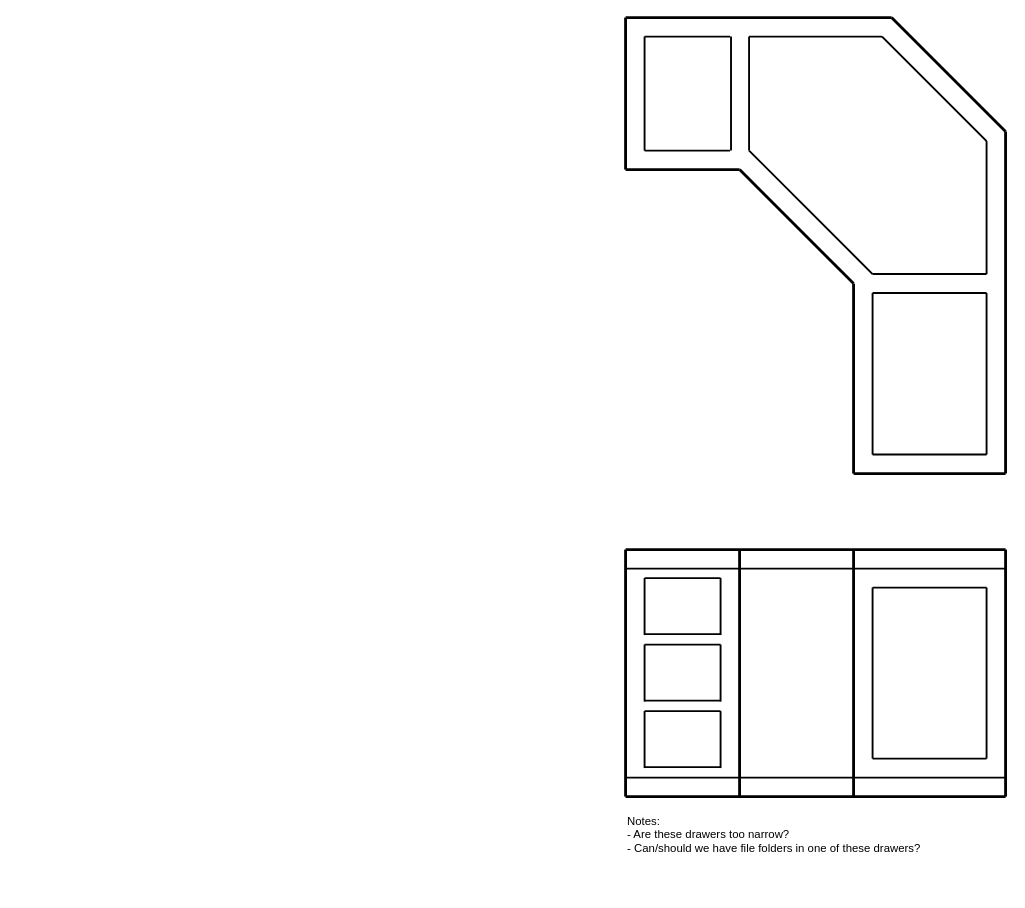
Above: desk.drawio in nthurow/draw-io (draw.io), before the change. Source tidied: cells renumbered, new cells numbered last; positions are measured from the earlier drawing's top-left corner, leaving out a move shared by most shapes. Both pictures are drawn from the tidied source at 95%, with x=0, y=0 at pixel (625, 17).
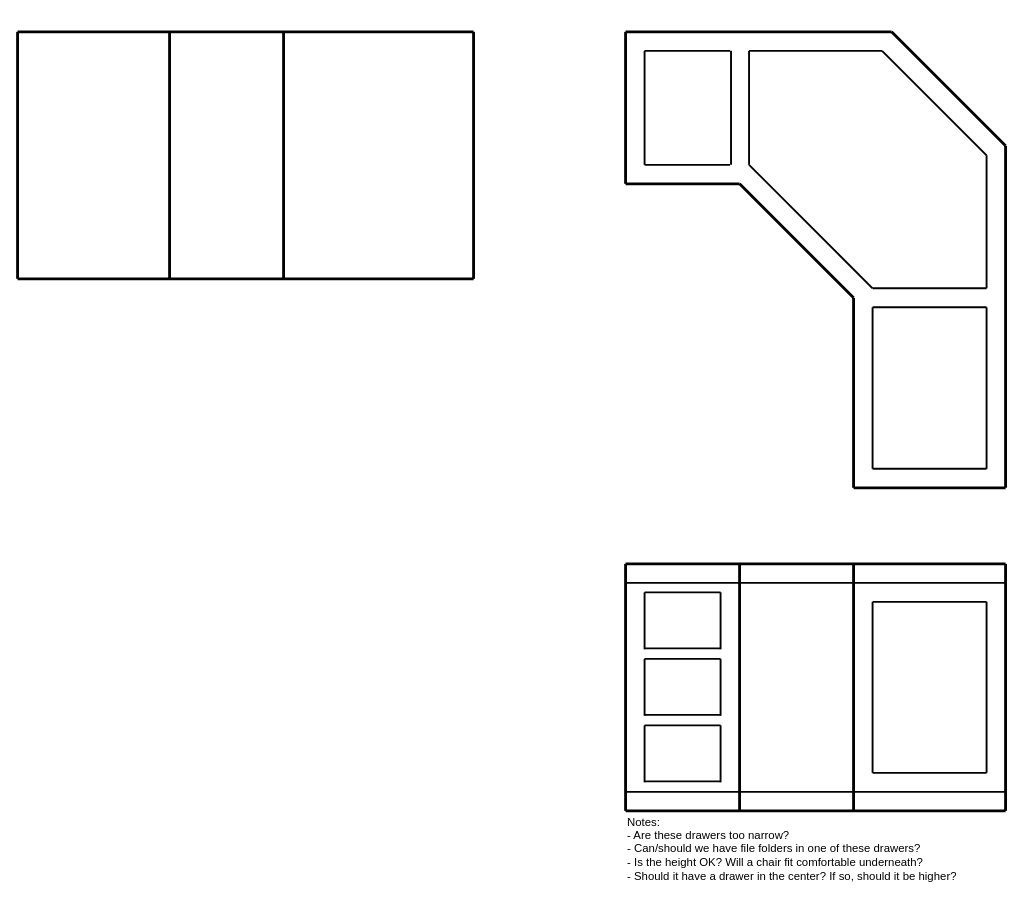
The same diagram, later.

The edit, as a diff of the source:
```diff
@@
     <mxCell id="2" style="endArrow=none;html=1;rounded=0;strokeWidth=3;" parent="1" edge="1">
       <mxGeometry relative="1" as="geometry">
-        <mxPoint as="sourcePoint" />
-        <mxPoint x="280" as="targetPoint" />
+        <mxPoint y="15" as="sourcePoint" />
+        <mxPoint x="280" y="15" as="targetPoint" />
       </mxGeometry>
     </mxCell>
     <mxCell id="3" style="endArrow=none;html=1;rounded=0;strokeWidth=3;" parent="1" edge="1">
       <mxGeometry relative="1" as="geometry">
-        <mxPoint x="400" y="120" as="sourcePoint" />
-        <mxPoint x="400" y="480" as="targetPoint" />
+        <mxPoint x="400" y="135" as="sourcePoint" />
+        <mxPoint x="400" y="495" as="targetPoint" />
       </mxGeometry>
     </mxCell>
     <mxCell id="4" style="endArrow=none;html=1;rounded=0;strokeWidth=3;" parent="1" edge="1">
       <mxGeometry relative="1" as="geometry">
-        <mxPoint x="280" as="sourcePoint" />
-        <mxPoint x="400" y="120" as="targetPoint" />
+        <mxPoint x="280" y="15" as="sourcePoint" />
+        <mxPoint x="400" y="135" as="targetPoint" />
       </mxGeometry>
     </mxCell>
     <mxCell id="5" style="endArrow=none;html=1;rounded=0;strokeWidth=3;" parent="1" edge="1">
       <mxGeometry relative="1" as="geometry">
-        <mxPoint y="160" as="sourcePoint" />
-        <mxPoint x="120" y="160" as="targetPoint" />
+        <mxPoint y="175" as="sourcePoint" />
+        <mxPoint x="120" y="175" as="targetPoint" />
       </mxGeometry>
     </mxCell>
     <mxCell id="6" style="endArrow=none;html=1;rounded=0;strokeWidth=3;" parent="1" edge="1">
       <mxGeometry relative="1" as="geometry">
-        <mxPoint x="240" y="280" as="sourcePoint" />
-        <mxPoint x="240" y="480" as="targetPoint" />
+        <mxPoint x="240" y="295" as="sourcePoint" />
+        <mxPoint x="240" y="495" as="targetPoint" />
       </mxGeometry>
     </mxCell>
     <mxCell id="7" style="endArrow=none;html=1;rounded=0;strokeWidth=3;" parent="1" edge="1">
       <mxGeometry relative="1" as="geometry">
-        <mxPoint x="240" y="280" as="sourcePoint" />
-        <mxPoint x="120" y="160" as="targetPoint" />
+        <mxPoint x="240" y="295" as="sourcePoint" />
+        <mxPoint x="120" y="175" as="targetPoint" />
       </mxGeometry>
     </mxCell>
     <mxCell id="8" style="endArrow=none;html=1;rounded=0;strokeWidth=3;" parent="1" edge="1">
       <mxGeometry relative="1" as="geometry">
-        <mxPoint y="160" as="sourcePoint" />
-        <mxPoint as="targetPoint" />
+        <mxPoint y="175" as="sourcePoint" />
+        <mxPoint y="15" as="targetPoint" />
       </mxGeometry>
     </mxCell>
     <mxCell id="9" style="endArrow=none;html=1;rounded=0;strokeWidth=3;" parent="1" edge="1">
       <mxGeometry relative="1" as="geometry">
-        <mxPoint x="240" y="480" as="sourcePoint" />
-        <mxPoint x="400" y="480" as="targetPoint" />
+        <mxPoint x="240" y="495" as="sourcePoint" />
+        <mxPoint x="400" y="495" as="targetPoint" />
       </mxGeometry>
     </mxCell>
     <mxCell id="10" style="endArrow=none;html=1;rounded=0;strokeWidth=2;" parent="1" edge="1">
       <mxGeometry relative="1" as="geometry">
-        <mxPoint x="111" y="140" as="sourcePoint" />
-        <mxPoint x="111" y="20" as="targetPoint" />
+        <mxPoint x="111" y="155" as="sourcePoint" />
+        <mxPoint x="111" y="35" as="targetPoint" />
       </mxGeometry>
     </mxCell>
     <mxCell id="11" style="endArrow=none;html=1;rounded=0;strokeWidth=2;" parent="1" edge="1">
       <mxGeometry relative="1" as="geometry">
-        <mxPoint x="20" y="20" as="sourcePoint" />
-        <mxPoint x="110" y="20" as="targetPoint" />
+        <mxPoint x="20" y="35" as="sourcePoint" />
+        <mxPoint x="110" y="35" as="targetPoint" />
       </mxGeometry>
     </mxCell>
     <mxCell id="12" style="endArrow=none;html=1;rounded=0;strokeWidth=2;" parent="1" edge="1">
       <mxGeometry relative="1" as="geometry">
-        <mxPoint x="20" y="140" as="sourcePoint" />
-        <mxPoint x="20" y="20" as="targetPoint" />
+        <mxPoint x="20" y="155" as="sourcePoint" />
+        <mxPoint x="20" y="35" as="targetPoint" />
       </mxGeometry>
     </mxCell>
     <mxCell id="13" style="endArrow=none;html=1;rounded=0;strokeWidth=2;" parent="1" edge="1">
       <mxGeometry relative="1" as="geometry">
-        <mxPoint x="20" y="140" as="sourcePoint" />
-        <mxPoint x="110" y="140" as="targetPoint" />
+        <mxPoint x="20" y="155" as="sourcePoint" />
+        <mxPoint x="110" y="155" as="targetPoint" />
       </mxGeometry>
     </mxCell>
     <mxCell id="14" style="endArrow=none;html=1;rounded=0;strokeWidth=2;" parent="1" edge="1">
       <mxGeometry relative="1" as="geometry">
-        <mxPoint x="130" y="140" as="sourcePoint" />
-        <mxPoint x="130" y="20" as="targetPoint" />
+        <mxPoint x="130" y="155" as="sourcePoint" />
+        <mxPoint x="130" y="35" as="targetPoint" />
       </mxGeometry>
     </mxCell>
     <mxCell id="15" style="endArrow=none;html=1;rounded=0;strokeWidth=2;" parent="1" edge="1">
       <mxGeometry relative="1" as="geometry">
-        <mxPoint x="130" y="20" as="sourcePoint" />
-        <mxPoint x="270" y="20" as="targetPoint" />
+        <mxPoint x="130" y="35" as="sourcePoint" />
+        <mxPoint x="270" y="35" as="targetPoint" />
       </mxGeometry>
     </mxCell>
     <mxCell id="16" style="endArrow=none;html=1;rounded=0;strokeWidth=2;" parent="1" edge="1">
       <mxGeometry relative="1" as="geometry">
-        <mxPoint x="130" y="140" as="sourcePoint" />
-        <mxPoint x="260" y="270" as="targetPoint" />
+        <mxPoint x="130" y="155" as="sourcePoint" />
+        <mxPoint x="260" y="285" as="targetPoint" />
       </mxGeometry>
     </mxCell>
     <mxCell id="17" style="endArrow=none;html=1;rounded=0;strokeWidth=2;" parent="1" edge="1">
       <mxGeometry relative="1" as="geometry">
-        <mxPoint x="260" y="270" as="sourcePoint" />
-        <mxPoint x="380" y="270" as="targetPoint" />
+        <mxPoint x="260" y="285" as="sourcePoint" />
+        <mxPoint x="380" y="285" as="targetPoint" />
       </mxGeometry>
     </mxCell>
     <mxCell id="18" style="endArrow=none;html=1;rounded=0;strokeWidth=2;" parent="1" edge="1">
       <mxGeometry relative="1" as="geometry">
-        <mxPoint x="380" y="270" as="sourcePoint" />
-        <mxPoint x="380" y="130" as="targetPoint" />
+        <mxPoint x="380" y="285" as="sourcePoint" />
+        <mxPoint x="380" y="145" as="targetPoint" />
       </mxGeometry>
     </mxCell>
     <mxCell id="19" style="endArrow=none;html=1;rounded=0;strokeWidth=2;" parent="1" edge="1">
       <mxGeometry relative="1" as="geometry">
-        <mxPoint x="270" y="20" as="sourcePoint" />
-        <mxPoint x="380" y="130" as="targetPoint" />
+        <mxPoint x="270" y="35" as="sourcePoint" />
+        <mxPoint x="380" y="145" as="targetPoint" />
       </mxGeometry>
     </mxCell>
     <mxCell id="20" style="endArrow=none;html=1;rounded=0;strokeWidth=2;" parent="1" edge="1">
       <mxGeometry relative="1" as="geometry">
-        <mxPoint x="260" y="290" as="sourcePoint" />
-        <mxPoint x="380" y="290" as="targetPoint" />
+        <mxPoint x="260" y="305" as="sourcePoint" />
+        <mxPoint x="380" y="305" as="targetPoint" />
       </mxGeometry>
     </mxCell>
     <mxCell id="21" style="endArrow=none;html=1;rounded=0;strokeWidth=2;" parent="1" edge="1">
       <mxGeometry relative="1" as="geometry">
-        <mxPoint x="260" y="460" as="sourcePoint" />
-        <mxPoint x="380" y="460" as="targetPoint" />
+        <mxPoint x="260" y="475" as="sourcePoint" />
+        <mxPoint x="380" y="475" as="targetPoint" />
       </mxGeometry>
     </mxCell>
     <mxCell id="22" style="endArrow=none;html=1;rounded=0;strokeWidth=2;" parent="1" edge="1">
       <mxGeometry relative="1" as="geometry">
-        <mxPoint x="260" y="460" as="sourcePoint" />
-        <mxPoint x="260" y="290" as="targetPoint" />
+        <mxPoint x="260" y="475" as="sourcePoint" />
+        <mxPoint x="260" y="305" as="targetPoint" />
       </mxGeometry>
     </mxCell>
     <mxCell id="23" style="endArrow=none;html=1;rounded=0;strokeWidth=2;" parent="1" edge="1">
       <mxGeometry relative="1" as="geometry">
-        <mxPoint x="380" y="460" as="sourcePoint" />
-        <mxPoint x="380" y="290" as="targetPoint" />
+        <mxPoint x="380" y="475" as="sourcePoint" />
+        <mxPoint x="380" y="305" as="targetPoint" />
       </mxGeometry>
     </mxCell>
     <mxCell id="24" style="endArrow=none;html=1;rounded=0;strokeWidth=3;" parent="1" edge="1">
       <mxGeometry relative="1" as="geometry">
-        <mxPoint y="560" as="sourcePoint" />
-        <mxPoint x="400" y="560" as="targetPoint" />
+        <mxPoint y="575" as="sourcePoint" />
+        <mxPoint x="400" y="575" as="targetPoint" />
       </mxGeometry>
     </mxCell>
     <mxCell id="25" style="endArrow=none;html=1;rounded=0;strokeWidth=3;" parent="1" edge="1">
       <mxGeometry relative="1" as="geometry">
-        <mxPoint y="820" as="sourcePoint" />
-        <mxPoint y="560" as="targetPoint" />
+        <mxPoint y="835" as="sourcePoint" />
+        <mxPoint y="575" as="targetPoint" />
       </mxGeometry>
     </mxCell>
     <mxCell id="26" style="endArrow=none;html=1;rounded=0;strokeWidth=2;" parent="1" edge="1">
       <mxGeometry relative="1" as="geometry">
-        <mxPoint x="1" y="580" as="sourcePoint" />
-        <mxPoint x="401" y="580" as="targetPoint" />
+        <mxPoint x="1" y="595" as="sourcePoint" />
+        <mxPoint x="401" y="595" as="targetPoint" />
       </mxGeometry>
     </mxCell>
     <mxCell id="27" style="endArrow=none;html=1;rounded=0;strokeWidth=3;" parent="1" edge="1">
       <mxGeometry relative="1" as="geometry">
-        <mxPoint x="400" y="820" as="sourcePoint" />
-        <mxPoint x="400" y="560" as="targetPoint" />
+        <mxPoint x="400" y="835" as="sourcePoint" />
+        <mxPoint x="400" y="575" as="targetPoint" />
       </mxGeometry>
     </mxCell>
     <mxCell id="28" style="endArrow=none;html=1;rounded=0;strokeWidth=3;" parent="1" edge="1">
       <mxGeometry relative="1" as="geometry">
-        <mxPoint y="820" as="sourcePoint" />
-        <mxPoint x="400" y="820" as="targetPoint" />
+        <mxPoint y="835" as="sourcePoint" />
+        <mxPoint x="400" y="835" as="targetPoint" />
       </mxGeometry>
     </mxCell>
     <mxCell id="29" style="endArrow=none;html=1;rounded=0;strokeWidth=2;" parent="1" edge="1">
       <mxGeometry relative="1" as="geometry">
-        <mxPoint y="800" as="sourcePoint" />
-        <mxPoint x="400" y="800" as="targetPoint" />
+        <mxPoint y="815" as="sourcePoint" />
+        <mxPoint x="400" y="815" as="targetPoint" />
       </mxGeometry>
     </mxCell>
     <mxCell id="30" style="endArrow=none;html=1;rounded=0;strokeWidth=3;" parent="1" edge="1">
       <mxGeometry relative="1" as="geometry">
-        <mxPoint x="240" y="820" as="sourcePoint" />
-        <mxPoint x="240" y="560" as="targetPoint" />
+        <mxPoint x="240" y="835" as="sourcePoint" />
+        <mxPoint x="240" y="575" as="targetPoint" />
       </mxGeometry>
     </mxCell>
     <mxCell id="31" style="endArrow=none;html=1;rounded=0;strokeWidth=3;" parent="1" edge="1">
       <mxGeometry relative="1" as="geometry">
-        <mxPoint x="120" y="820" as="sourcePoint" />
-        <mxPoint x="120" y="560" as="targetPoint" />
+        <mxPoint x="120" y="835" as="sourcePoint" />
+        <mxPoint x="120" y="575" as="targetPoint" />
       </mxGeometry>
     </mxCell>
     <mxCell id="32" style="endArrow=none;html=1;rounded=0;strokeWidth=2;" parent="1" edge="1">
       <mxGeometry relative="1" as="geometry">
-        <mxPoint x="260" y="780" as="sourcePoint" />
-        <mxPoint x="260" y="600" as="targetPoint" />
+        <mxPoint x="260" y="795" as="sourcePoint" />
+        <mxPoint x="260" y="615" as="targetPoint" />
       </mxGeometry>
     </mxCell>
     <mxCell id="33" style="endArrow=none;html=1;rounded=0;strokeWidth=2;" parent="1" edge="1">
       <mxGeometry relative="1" as="geometry">
-        <mxPoint x="380" y="780" as="sourcePoint" />
-        <mxPoint x="380" y="600" as="targetPoint" />
+        <mxPoint x="380" y="795" as="sourcePoint" />
+        <mxPoint x="380" y="615" as="targetPoint" />
       </mxGeometry>
     </mxCell>
     <mxCell id="34" style="endArrow=none;html=1;rounded=0;strokeWidth=2;" parent="1" edge="1">
       <mxGeometry relative="1" as="geometry">
-        <mxPoint x="260" y="600" as="sourcePoint" />
-        <mxPoint x="380" y="600" as="targetPoint" />
+        <mxPoint x="260" y="615" as="sourcePoint" />
+        <mxPoint x="380" y="615" as="targetPoint" />
       </mxGeometry>
     </mxCell>
     <mxCell id="35" style="endArrow=none;html=1;rounded=0;strokeWidth=2;" parent="1" edge="1">
       <mxGeometry relative="1" as="geometry">
-        <mxPoint x="260" y="780" as="sourcePoint" />
-        <mxPoint x="380" y="780" as="targetPoint" />
+        <mxPoint x="260" y="795" as="sourcePoint" />
+        <mxPoint x="380" y="795" as="targetPoint" />
       </mxGeometry>
     </mxCell>
     <mxCell id="36" style="endArrow=none;html=1;rounded=0;strokeWidth=2;" parent="1" edge="1">
       <mxGeometry relative="1" as="geometry">
-        <mxPoint x="20" y="590" as="sourcePoint" />
-        <mxPoint x="100" y="590" as="targetPoint" />
+        <mxPoint x="20" y="605" as="sourcePoint" />
+        <mxPoint x="100" y="605" as="targetPoint" />
       </mxGeometry>
     </mxCell>
     <mxCell id="37" style="endArrow=none;html=1;rounded=0;strokeWidth=2;" parent="1" edge="1">
       <mxGeometry relative="1" as="geometry">
-        <mxPoint x="20" y="649" as="sourcePoint" />
-        <mxPoint x="100" y="649" as="targetPoint" />
+        <mxPoint x="20" y="664" as="sourcePoint" />
+        <mxPoint x="100" y="664" as="targetPoint" />
       </mxGeometry>
     </mxCell>
     <mxCell id="38" style="endArrow=none;html=1;rounded=0;strokeWidth=2;" parent="1" edge="1">
       <mxGeometry relative="1" as="geometry">
-        <mxPoint x="20" y="650" as="sourcePoint" />
-        <mxPoint x="20" y="590" as="targetPoint" />
+        <mxPoint x="20" y="665" as="sourcePoint" />
+        <mxPoint x="20" y="605" as="targetPoint" />
       </mxGeometry>
     </mxCell>
     <mxCell id="39" style="endArrow=none;html=1;rounded=0;strokeWidth=2;" parent="1" edge="1">
       <mxGeometry relative="1" as="geometry">
-        <mxPoint x="100" y="650" as="sourcePoint" />
-        <mxPoint x="100" y="590" as="targetPoint" />
+        <mxPoint x="100" y="665" as="sourcePoint" />
+        <mxPoint x="100" y="605" as="targetPoint" />
       </mxGeometry>
     </mxCell>
     <mxCell id="40" style="endArrow=none;html=1;rounded=0;strokeWidth=2;" parent="1" edge="1">
       <mxGeometry relative="1" as="geometry">
-        <mxPoint x="20" y="660" as="sourcePoint" />
-        <mxPoint x="100" y="660" as="targetPoint" />
+        <mxPoint x="20" y="675" as="sourcePoint" />
+        <mxPoint x="100" y="675" as="targetPoint" />
       </mxGeometry>
     </mxCell>
     <mxCell id="41" style="endArrow=none;html=1;rounded=0;strokeWidth=2;" parent="1" edge="1">
       <mxGeometry relative="1" as="geometry">
-        <mxPoint x="20" y="719" as="sourcePoint" />
-        <mxPoint x="100" y="719" as="targetPoint" />
+        <mxPoint x="20" y="734" as="sourcePoint" />
+        <mxPoint x="100" y="734" as="targetPoint" />
       </mxGeometry>
     </mxCell>
     <mxCell id="42" style="endArrow=none;html=1;rounded=0;strokeWidth=2;" parent="1" edge="1">
       <mxGeometry relative="1" as="geometry">
-        <mxPoint x="20" y="720" as="sourcePoint" />
-        <mxPoint x="20" y="660" as="targetPoint" />
+        <mxPoint x="20" y="735" as="sourcePoint" />
+        <mxPoint x="20" y="675" as="targetPoint" />
       </mxGeometry>
     </mxCell>
     <mxCell id="43" style="endArrow=none;html=1;rounded=0;strokeWidth=2;" parent="1" edge="1">
       <mxGeometry relative="1" as="geometry">
-        <mxPoint x="100" y="720" as="sourcePoint" />
-        <mxPoint x="100" y="660" as="targetPoint" />
+        <mxPoint x="100" y="735" as="sourcePoint" />
+        <mxPoint x="100" y="675" as="targetPoint" />
       </mxGeometry>
     </mxCell>
     <mxCell id="44" style="endArrow=none;html=1;rounded=0;strokeWidth=2;" parent="1" edge="1">
       <mxGeometry relative="1" as="geometry">
-        <mxPoint x="20" y="730" as="sourcePoint" />
-        <mxPoint x="100" y="730" as="targetPoint" />
+        <mxPoint x="20" y="745" as="sourcePoint" />
+        <mxPoint x="100" y="745" as="targetPoint" />
       </mxGeometry>
     </mxCell>
     <mxCell id="45" style="endArrow=none;html=1;rounded=0;strokeWidth=2;" parent="1" edge="1">
       <mxGeometry relative="1" as="geometry">
-        <mxPoint x="20" y="789" as="sourcePoint" />
-        <mxPoint x="100" y="789" as="targetPoint" />
+        <mxPoint x="20" y="804" as="sourcePoint" />
+        <mxPoint x="100" y="804" as="targetPoint" />
       </mxGeometry>
     </mxCell>
     <mxCell id="46" style="endArrow=none;html=1;rounded=0;strokeWidth=2;" parent="1" edge="1">
       <mxGeometry relative="1" as="geometry">
-        <mxPoint x="20" y="790" as="sourcePoint" />
-        <mxPoint x="20" y="730" as="targetPoint" />
+        <mxPoint x="20" y="805" as="sourcePoint" />
+        <mxPoint x="20" y="745" as="targetPoint" />
       </mxGeometry>
     </mxCell>
     <mxCell id="47" style="endArrow=none;html=1;rounded=0;strokeWidth=2;" parent="1" edge="1">
       <mxGeometry relative="1" as="geometry">
-        <mxPoint x="100" y="790" as="sourcePoint" />
-        <mxPoint x="100" y="730" as="targetPoint" />
+        <mxPoint x="100" y="805" as="sourcePoint" />
+        <mxPoint x="100" y="745" as="targetPoint" />
       </mxGeometry>
     </mxCell>
-    <mxCell id="48" value="Notes:&lt;br&gt;&lt;div style=&quot;&quot;&gt;&lt;span style=&quot;background-color: initial;&quot;&gt;- Are these drawers too narrow?&lt;/span&gt;&lt;/div&gt;&lt;div style=&quot;&quot;&gt;&lt;span style=&quot;background-color: initial;&quot;&gt;- Can/should we have file folders in one of these drawers?&lt;/span&gt;&lt;/div&gt;" style="text;html=1;align=left;verticalAlign=middle;strokeColor=none;fillColor=none;" parent="1" vertex="1">
-      <mxGeometry y="830" width="330" height="60" as="geometry" />
+    <mxCell id="48" value="Notes:&lt;br&gt;&lt;div style=&quot;&quot;&gt;&lt;span style=&quot;background-color: initial;&quot;&gt;- Are these drawers too narrow?&lt;/span&gt;&lt;/div&gt;&lt;div style=&quot;&quot;&gt;&lt;span style=&quot;background-color: initial;&quot;&gt;- Can/should we have file folders in one of these drawers?&lt;/span&gt;&lt;/div&gt;&lt;div style=&quot;&quot;&gt;&lt;span style=&quot;background-color: initial;&quot;&gt;- Is the height OK? Will a chair fit comfortable underneath?&lt;/span&gt;&lt;/div&gt;&lt;div style=&quot;&quot;&gt;&lt;span style=&quot;background-color: initial;&quot;&gt;- Should it have a drawer in the center? If so, should it be higher?&lt;/span&gt;&lt;/div&gt;" style="text;html=1;align=left;verticalAlign=middle;strokeColor=none;fillColor=none;" parent="1" vertex="1">
+      <mxGeometry y="830" width="370" height="90" as="geometry" />
     </mxCell>
+    <mxCell id="49" style="endArrow=none;html=1;rounded=0;strokeWidth=3;" parent="1" edge="1">
+      <mxGeometry relative="1" as="geometry">
+        <mxPoint x="-640" y="15" as="sourcePoint" />
+        <mxPoint x="-160" y="15" as="targetPoint" />
+      </mxGeometry>
+    </mxCell>
+    <mxCell id="50" style="endArrow=none;html=1;rounded=0;strokeWidth=3;" parent="1" edge="1">
+      <mxGeometry relative="1" as="geometry">
+        <mxPoint x="-640" y="275" as="sourcePoint" />
+        <mxPoint x="-160" y="275" as="targetPoint" />
+      </mxGeometry>
+    </mxCell>
+    <mxCell id="51" style="endArrow=none;html=1;rounded=0;strokeWidth=3;" parent="1" edge="1">
+      <mxGeometry relative="1" as="geometry">
+        <mxPoint x="-640" y="275" as="sourcePoint" />
+        <mxPoint x="-640" y="15" as="targetPoint" />
+      </mxGeometry>
+    </mxCell>
+    <mxCell id="52" style="endArrow=none;html=1;rounded=0;strokeWidth=3;" parent="1" edge="1">
+      <mxGeometry relative="1" as="geometry">
+        <mxPoint x="-480" y="275" as="sourcePoint" />
+        <mxPoint x="-480" y="15" as="targetPoint" />
+      </mxGeometry>
+    </mxCell>
+    <mxCell id="53" style="endArrow=none;html=1;rounded=0;strokeWidth=3;" parent="1" edge="1">
+      <mxGeometry relative="1" as="geometry">
+        <mxPoint x="-160" y="275" as="sourcePoint" />
+        <mxPoint x="-160" y="15" as="targetPoint" />
+      </mxGeometry>
+    </mxCell>
+    <mxCell id="54" style="endArrow=none;html=1;rounded=0;strokeWidth=3;" parent="1" edge="1">
+      <mxGeometry relative="1" as="geometry">
+        <mxPoint x="-360" y="275" as="sourcePoint" />
+        <mxPoint x="-360" y="15" as="targetPoint" />
+      </mxGeometry>
+    </mxCell>
```
